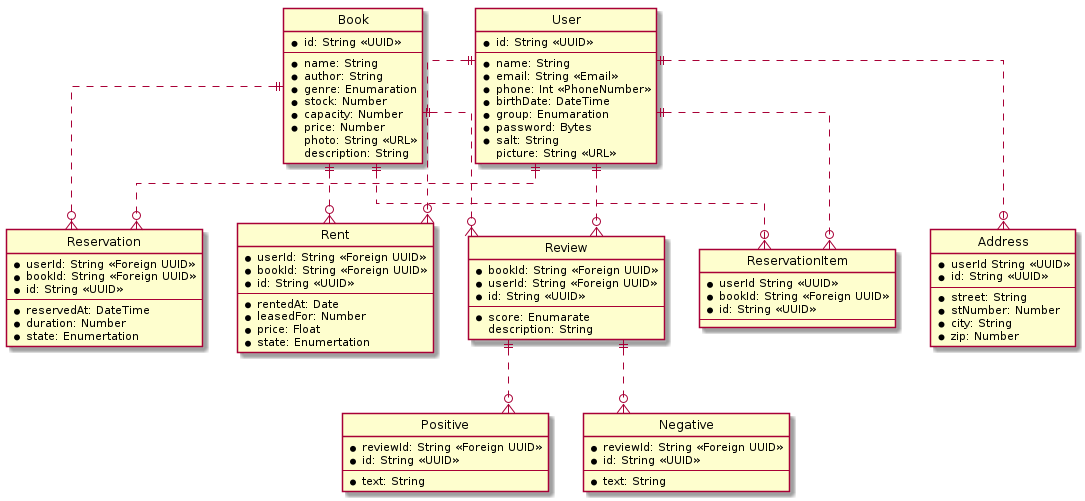
Above: Diagrams/library.png in Qas1modo/PV179-forked-old (PlantUML), before the change. Its diagram source:
```plantuml
@startuml library

hide circle
skinparam Linetype ortho

entity User {
    *id: String <<UUID>>
    ---
    *name: String
    *email: String <<Email>>
    *phone: Int <<PhoneNumber>>
    *birthDate: DateTime
    *group: Enumaration
    *password: Bytes
    *salt: String
    picture: String <<URL>>
}

entity ReservationItem {
    *userId String <<UUID>>
    *bookId: String <<Foreign UUID>>
    *id: String <<UUID>>
    ---
}

entity Address {
    *userId String <<UUID>>
    *id: String <<UUID>>
    ---
    *street: String
    *stNumber: Number
    *city: String
    *zip: Number
}

entity Book {
    *id: String <<UUID>>
    ---
    *name: String
    *author: String
    *genre: Enumaration
    *stock: Number
    *capacity: Number
    *price: Number
    photo: String <<URL>>
    description: String
}

entity Reservation {
    *userId: String <<Foreign UUID>>
    *bookId: String <<Foreign UUID>>
    *id: String <<UUID>>
    ---
    *reservedAt: DateTime
    *duration: Number
    *state: Enumertation
}

entity Rent {
    *userId: String <<Foreign UUID>>
    *bookId: String <<Foreign UUID>>
    *id: String <<UUID>>
    ---
    *rentedAt: Date
    *leasedFor: Number
    *price: Float
    *state: Enumertation
}

entity Review {
    *bookId: String <<Foreign UUID>>
    *userId: String <<Foreign UUID>>
    *id: String <<UUID>>
    ---
    *score: Enumarate
    description: String
}

entity Positive {
    *reviewId: String <<Foreign UUID>>
    *id: String <<UUID>>
    ---
    *text: String
}

entity Negative {
    *reviewId: String <<Foreign UUID>>
    *id: String <<UUID>>
    ---
    *text: String
}

User ||..o{ Address
User ||..o{ ReservationItem
User ||..o{ Reservation
User ||..o{ Rent
User ||..o{ Review
Book ||..o{ Review
Book ||..o{ Rent
Book ||..o{ ReservationItem
Book ||..o{ Reservation
Review ||..o{ Positive
Review ||..o{ Negative
@enduml
```
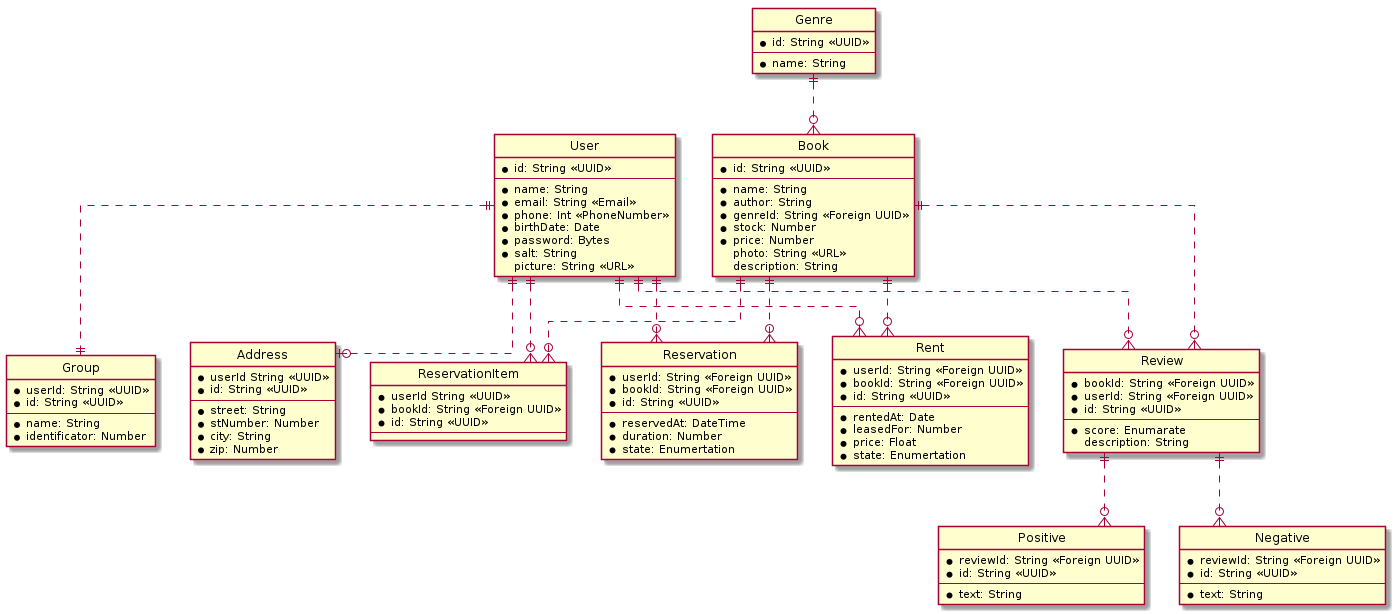
The same file after the commit.

The edit, as a diff of the source:
```diff
@@ -9,11 +9,18 @@
     *name: String
     *email: String <<Email>>
     *phone: Int <<PhoneNumber>>
-    *birthDate: DateTime
-    *group: Enumaration
+    *birthDate: Date
     *password: Bytes
     *salt: String
     picture: String <<URL>>
+}
+
+entity Group {
+    *userId: String <<UUID>>
+    *id: String <<UUID>>
+    ---
+    *name: String
+    *identificator: Number
 }
 
 entity ReservationItem {
@@ -38,12 +45,17 @@
     ---
     *name: String
     *author: String
-    *genre: Enumaration
+    *genreId: String <<Foreign UUID>>
     *stock: Number
-    *capacity: Number
     *price: Number
     photo: String <<URL>>
     description: String
+}
+
+entity Genre {
+    *id: String <<UUID>>
+    ---
+    *name: String
 }
 
 entity Reservation {
@@ -90,13 +102,15 @@
     *text: String
 }
 
-User ||..o{ Address
+User ||..o| Address
+User ||..|| Group
 User ||..o{ ReservationItem
 User ||..o{ Reservation
 User ||..o{ Rent
 User ||..o{ Review
 Book ||..o{ Review
 Book ||..o{ Rent
+Genre ||..o{ Book
 Book ||..o{ ReservationItem
 Book ||..o{ Reservation
 Review ||..o{ Positive
```
